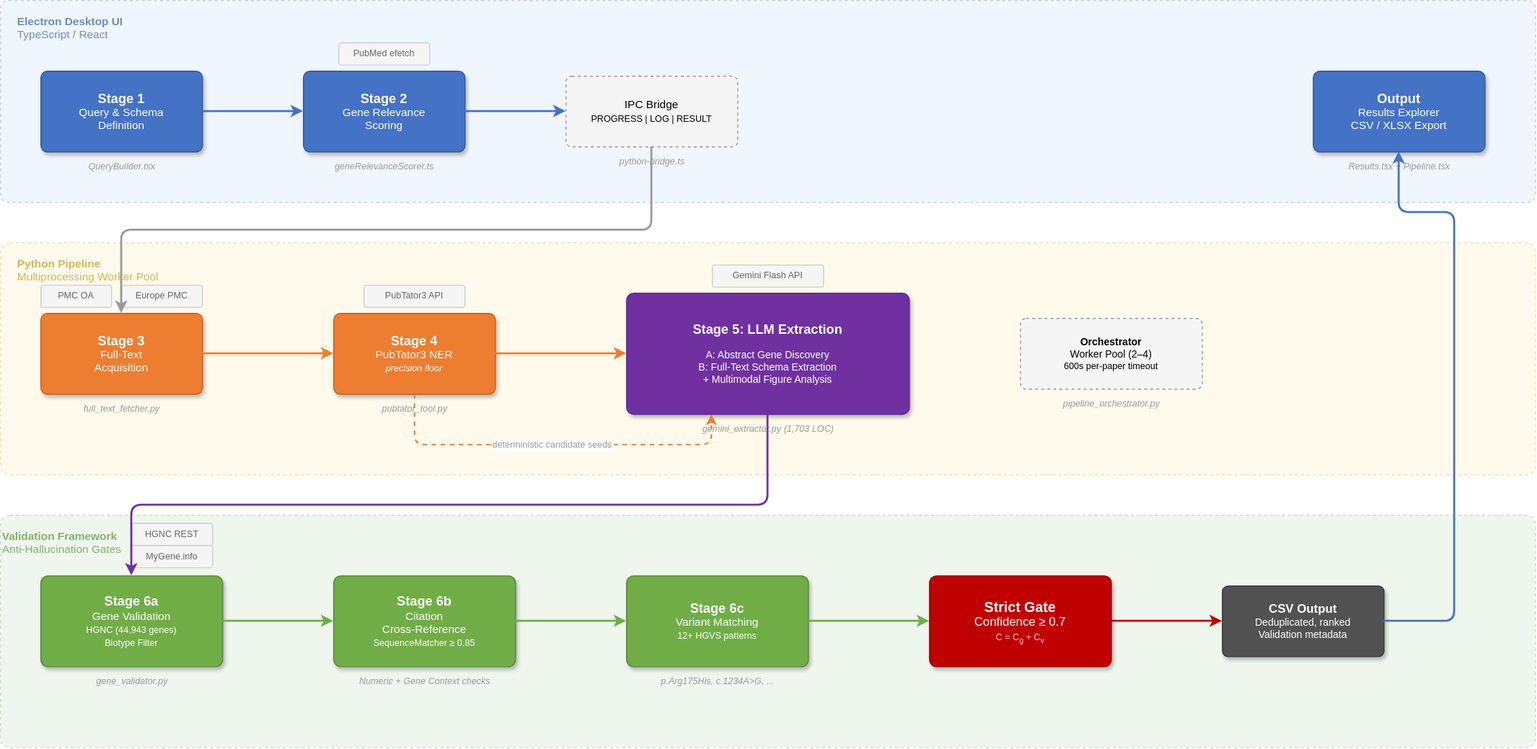
Above: publication/figures/architecture_diagram.drawio.svg in michaluppal/Researchshop-Disease2Gene (draw.io), before the change. Source tidied: cells renumbered, new cells last; positions are measured from the earlier drawing's top-left corner, leaving out a move shared by most shapes.
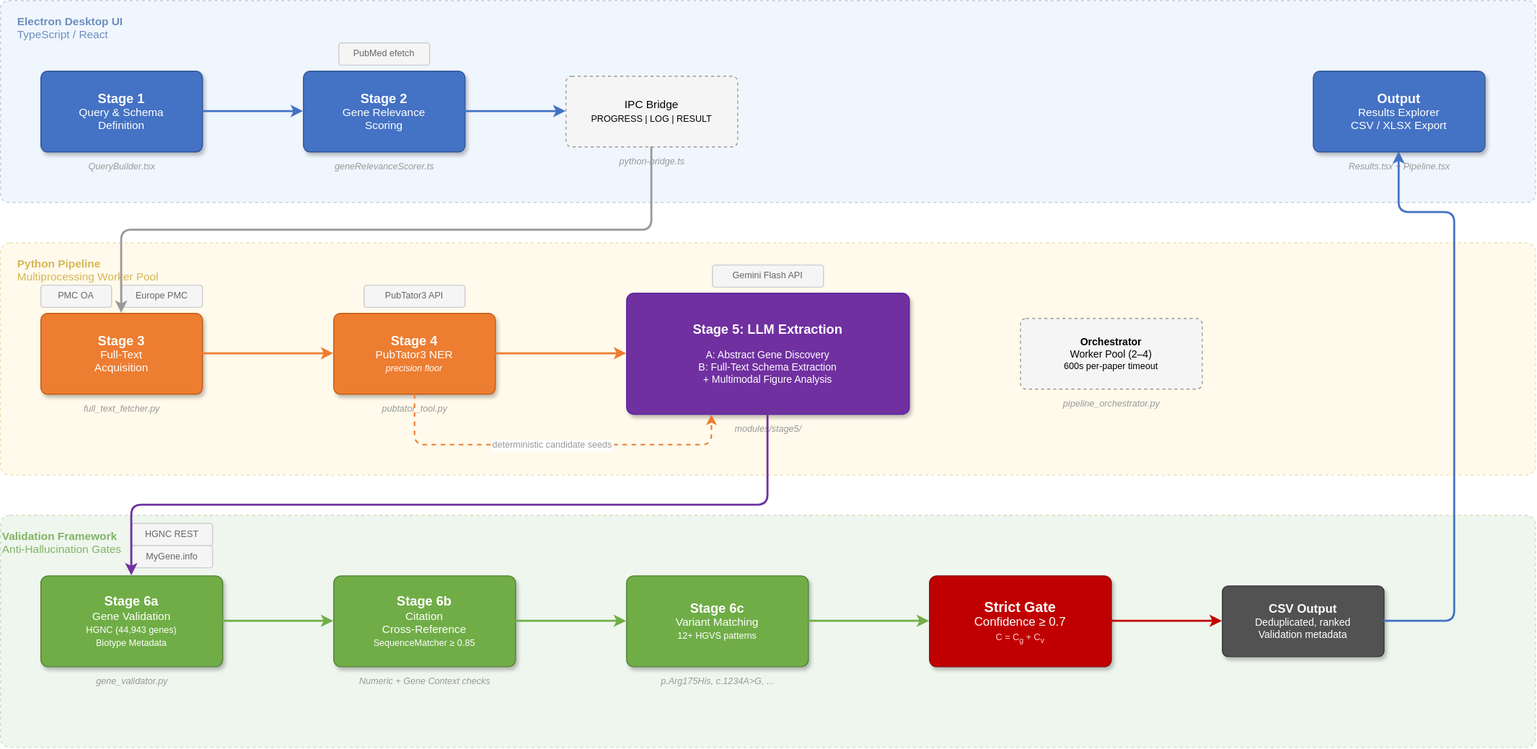
The same diagram one commit later.

Change to the diagram source:
```diff
@@ -71,7 +71,7 @@
     <mxCell id="24" value="&lt;b style=&quot;font-size:13px&quot;&gt;Stage 5: LLM Extraction&lt;/b&gt;&lt;br&gt;&lt;br&gt;A: Abstract Gene Discovery&lt;br&gt;B: Full-Text Schema Extraction&lt;br&gt;+ Multimodal Figure Analysis" style="rounded=1;whiteSpace=wrap;html=1;fillColor=#7030A0;fontColor=#ffffff;strokeColor=#5B259F;fontSize=10;arcSize=6;shadow=1;" parent="1" vertex="1">
       <mxGeometry x="620" y="290" width="280" height="120" as="geometry" />
     </mxCell>
-    <mxCell id="25" value="gemini_extractor.py (1,703 LOC)" style="text;html=1;fontSize=9;fontColor=#999999;fontStyle=2;align=center;" parent="1" vertex="1">
+    <mxCell id="25" value="modules/stage5/" style="text;html=1;fontSize=9;fontColor=#999999;fontStyle=2;align=center;" parent="1" vertex="1">
       <mxGeometry x="620" y="413" width="280" height="20" as="geometry" />
     </mxCell>
     <mxCell id="26" value="Gemini Flash API" style="rounded=1;whiteSpace=wrap;html=1;fillColor=#f5f5f5;strokeColor=#cccccc;fontSize=9;fontColor=#666666;arcSize=12;" parent="1" vertex="1">
@@ -83,7 +83,7 @@
     <mxCell id="28" value="pipeline_orchestrator.py" style="text;html=1;fontSize=9;fontColor=#999999;fontStyle=2;align=center;" parent="1" vertex="1">
       <mxGeometry x="1010" y="388" width="180" height="20" as="geometry" />
     </mxCell>
-    <mxCell id="29" value="&lt;b style=&quot;font-size:13px&quot;&gt;Stage 6a&lt;/b&gt;&lt;br&gt;Gene Validation&lt;br&gt;&lt;font style=&quot;font-size:9px&quot;&gt;HGNC (44,943 genes)&lt;br&gt;Biotype Filter&lt;/font&gt;" style="rounded=1;whiteSpace=wrap;html=1;fillColor=#70AD47;fontColor=#ffffff;strokeColor=#548235;fontSize=11;arcSize=8;shadow=1;" parent="1" vertex="1">
+    <mxCell id="29" value="&lt;b style=&quot;font-size:13px&quot;&gt;Stage 6a&lt;/b&gt;&lt;br&gt;Gene Validation&lt;br&gt;&lt;font style=&quot;font-size:9px&quot;&gt;HGNC (44,943 genes)&lt;br&gt;Biotype Metadata&lt;/font&gt;" style="rounded=1;whiteSpace=wrap;html=1;fillColor=#70AD47;fontColor=#ffffff;strokeColor=#548235;fontSize=11;arcSize=8;shadow=1;" parent="1" vertex="1">
       <mxGeometry x="40" y="570" width="180" height="90" as="geometry" />
     </mxCell>
     <mxCell id="30" value="gene_validator.py" style="text;html=1;fontSize=9;fontColor=#999999;fontStyle=2;align=center;" parent="1" vertex="1">
```
